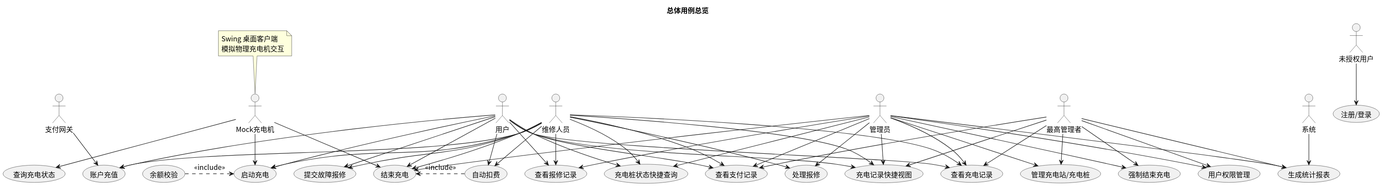
The PlantUML diagram usecase/docs/overview/img/usecase_overall.svg in greenhandzdl/charging-station-doc, before a commit.
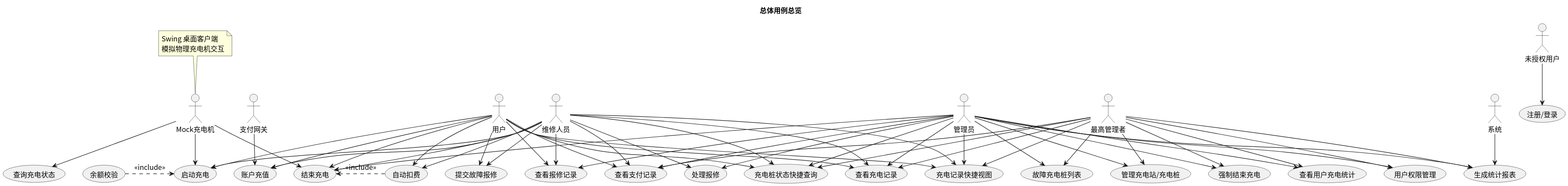
After the commit.

Diff of the diagram source:
```diff
@@ -31,6 +31,8 @@
 usecase "充电桩状态快捷查询" as QC
 usecase "查看报修记录" as VR
 usecase "查询充电状态" as QC_CM
+usecase "故障充电桩列表" as FCL
+usecase "查看用户充电统计" as UCS
 
 G --> UC
 
@@ -68,6 +70,8 @@
 A --> EC
 A --> QV
 A --> QC
+A --> FCL
+A --> UCS
 SA --> MM
 SA --> PM
 SA --> GS
@@ -75,6 +79,9 @@
 SA --> VPR
 SA --> VCR
 SA --> QV
+SA --> QC
+SA --> FCL
+SA --> UCS
 
 MC --> SC
 MC --> EC
```
